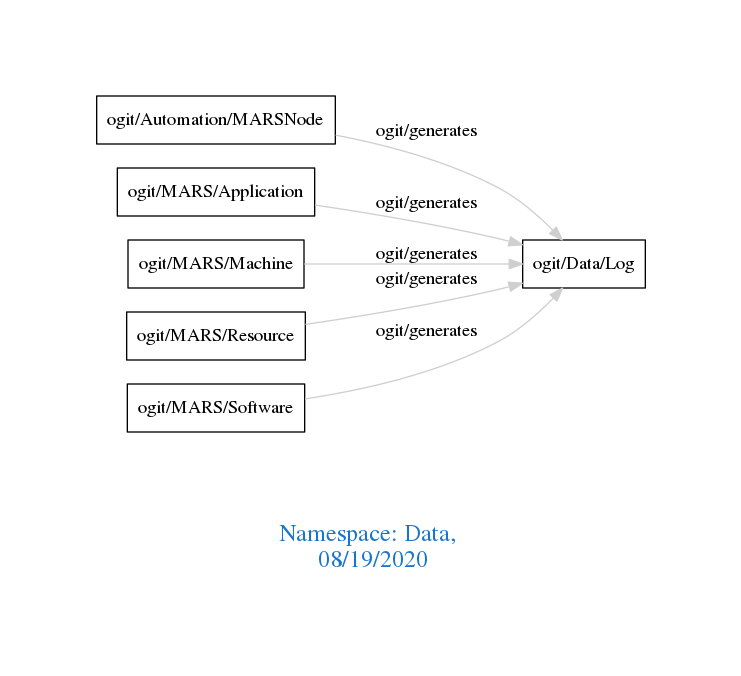
The Graphviz diagram downloads/Data.png in arago/OGIT, before a commit. Its source is kept beside it as downloads/Data.dot.
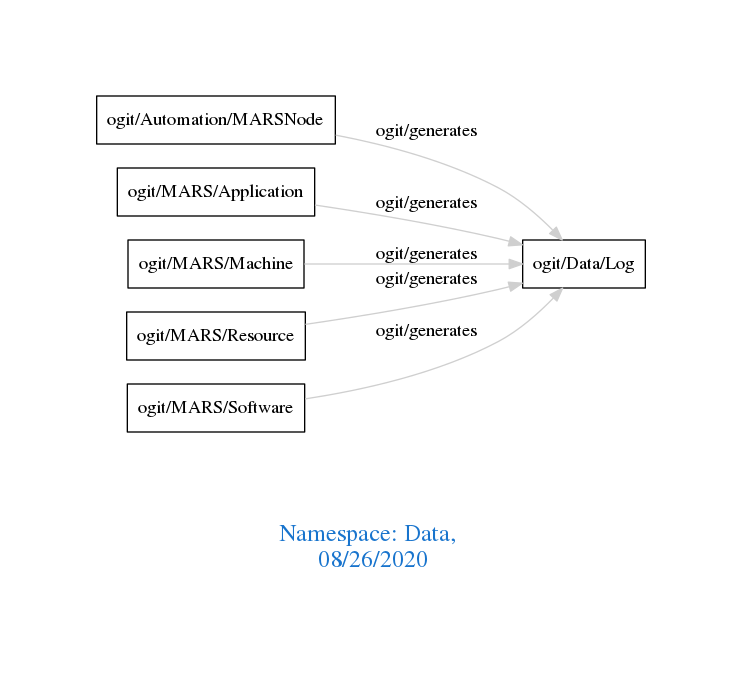
After the change.

Diff of the diagram source:
```diff
@@ -1,7 +1,7 @@
 digraph OGIT_ontology {
  graph [ rankdir= LR,pad=1
 fontsize = 18,
-fontcolor= dodgerblue3,label = "\n\n\nNamespace: Data, \n 08/19/2020"];
+fontcolor= dodgerblue3,label = "\n\n\nNamespace: Data, \n 08/26/2020"];
 node[shape=polygon];
 edge [  color="gray81"];
 
```
